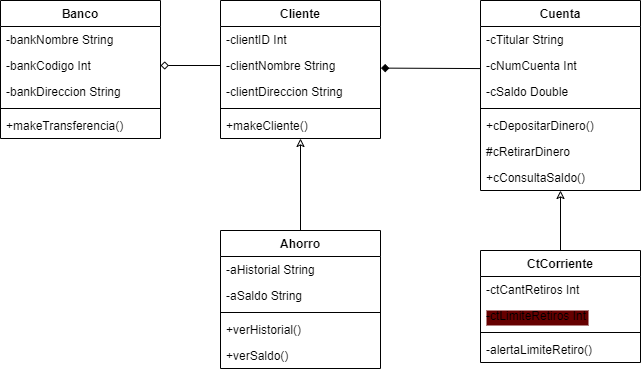
Earlier version of the draw.io export taller3.drawio.png (nlagos1/ejercicios_modelado). Source tidied: cells renumbered, new cells last; positions are measured from the earlier drawing's top-left corner, leaving out a move shared by most shapes.
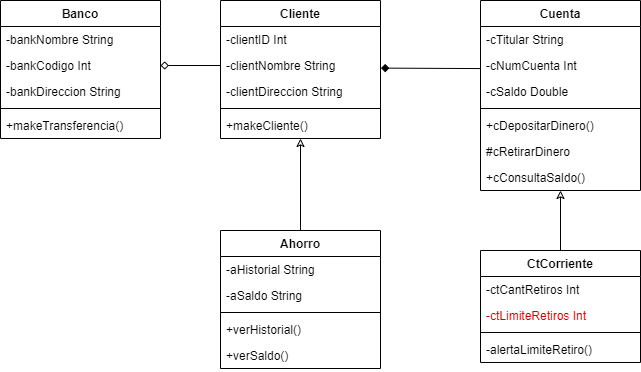
The same diagram one commit later.

What changed in the source:
```diff
@@ -74,7 +74,7 @@
     <mxCell id="25" value="-ctCantRetiros Int" style="text;strokeColor=none;fillColor=none;align=left;verticalAlign=top;spacingLeft=4;spacingRight=4;overflow=hidden;" parent="24" vertex="1">
       <mxGeometry y="26" width="160" height="26" as="geometry" />
     </mxCell>
-    <mxCell id="26" value="-ctLimiteRetiros Int" style="text;strokeColor=none;fillColor=none;align=left;verticalAlign=top;spacingLeft=4;spacingRight=4;overflow=hidden;labelBackgroundColor=#660000;" parent="24" vertex="1">
+    <mxCell id="26" value="-ctLimiteRetiros Int" style="text;strokeColor=none;fillColor=none;align=left;verticalAlign=top;spacingLeft=4;spacingRight=4;overflow=hidden;labelBackgroundColor=none;fontColor=#CC0000;" parent="24" vertex="1">
       <mxGeometry y="52" width="160" height="26" as="geometry" />
     </mxCell>
     <mxCell id="27" style="line;strokeWidth=1;fillColor=none;align=left;verticalAlign=middle;spacingTop=-1;spacingLeft=3;spacingRight=3;labelPosition=right;strokeColor=inherit;" parent="24" vertex="1">
```
